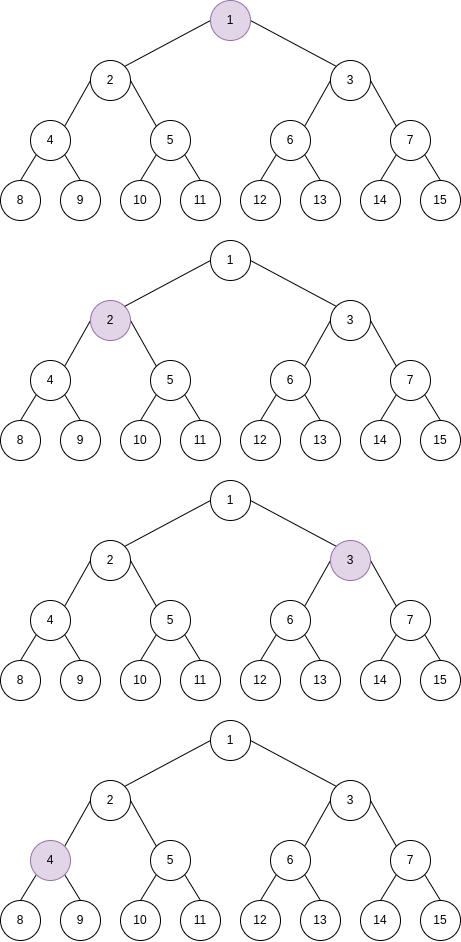
Daniel-March-Portfolio/.github keeps this draw.io diagram as drawio/breadth_first_search_flowchart.drawio.png. Above is the earlier version. Source tidied: cells renumbered, new cells last; positions are measured from the earlier drawing's top-left corner, leaving out a move shared by most shapes.
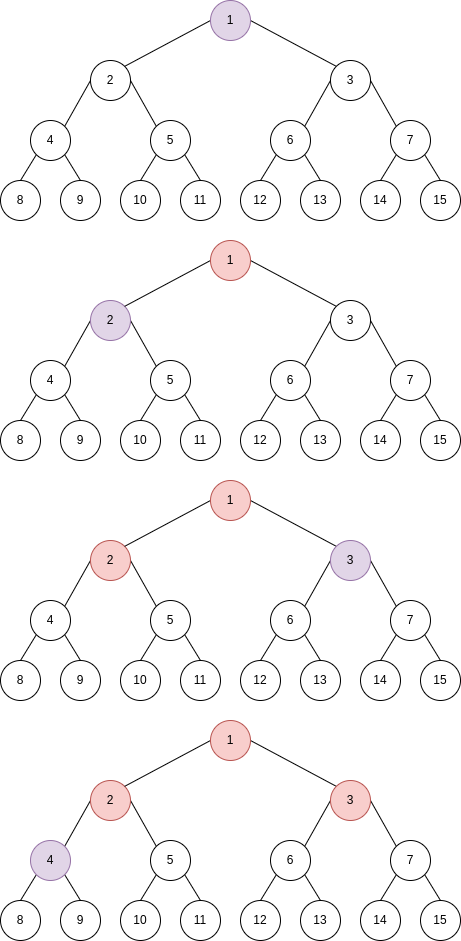
The same file after the commit.

Change to the diagram source:
```diff
@@ -134,7 +134,7 @@
     <mxCell id="45" style="rounded=0;jettySize=auto;html=1;exitX=1;exitY=0.5;exitDx=0;exitDy=0;entryX=0;entryY=0;entryDx=0;entryDy=0;endArrow=none;endFill=0;" parent="1" edge="1" source="46" target="49">
       <mxGeometry relative="1" as="geometry" />
     </mxCell>
-    <mxCell id="46" value="1" style="ellipse;whiteSpace=wrap;html=1;" parent="1" vertex="1">
+    <mxCell id="46" value="1" style="ellipse;whiteSpace=wrap;html=1;fillColor=#f8cecc;strokeColor=#b85450;" parent="1" vertex="1">
       <mxGeometry x="210" y="240" width="40" height="40" as="geometry" />
     </mxCell>
     <mxCell id="47" style="rounded=0;jettySize=auto;html=1;exitX=0;exitY=0.5;exitDx=0;exitDy=0;entryX=1;entryY=0;entryDx=0;entryDy=0;endArrow=none;endFill=0;" parent="1" edge="1" source="49" target="52">
@@ -182,7 +182,7 @@
     <mxCell id="61" style="rounded=0;jettySize=auto;html=1;exitX=1;exitY=0.5;exitDx=0;exitDy=0;entryX=0;entryY=0;entryDx=0;entryDy=0;endArrow=none;endFill=0;" parent="1" edge="1" source="62" target="70">
       <mxGeometry relative="1" as="geometry" />
     </mxCell>
-    <mxCell id="62" value="2" style="ellipse;whiteSpace=wrap;html=1;" parent="1" vertex="1">
+    <mxCell id="62" value="2" style="ellipse;whiteSpace=wrap;html=1;fillColor=#f8cecc;strokeColor=#b85450;" parent="1" vertex="1">
       <mxGeometry x="90" y="540" width="40" height="40" as="geometry" />
     </mxCell>
     <mxCell id="63" style="rounded=0;jettySize=auto;html=1;exitX=1;exitY=1;exitDx=0;exitDy=0;entryX=0.5;entryY=0;entryDx=0;entryDy=0;endArrow=none;endFill=0;" parent="1" edge="1" source="65" target="67">
@@ -221,7 +221,7 @@
     <mxCell id="74" style="rounded=0;jettySize=auto;html=1;exitX=1;exitY=0.5;exitDx=0;exitDy=0;entryX=0;entryY=0;entryDx=0;entryDy=0;endArrow=none;endFill=0;" parent="1" edge="1" source="75" target="78">
       <mxGeometry relative="1" as="geometry" />
     </mxCell>
-    <mxCell id="75" value="1" style="ellipse;whiteSpace=wrap;html=1;" parent="1" vertex="1">
+    <mxCell id="75" value="1" style="ellipse;whiteSpace=wrap;html=1;fillColor=#f8cecc;strokeColor=#b85450;" parent="1" vertex="1">
       <mxGeometry x="210" y="480" width="40" height="40" as="geometry" />
     </mxCell>
     <mxCell id="76" style="rounded=0;jettySize=auto;html=1;exitX=0;exitY=0.5;exitDx=0;exitDy=0;entryX=1;entryY=0;entryDx=0;entryDy=0;endArrow=none;endFill=0;" parent="1" edge="1" source="78" target="81">
@@ -269,7 +269,7 @@
     <mxCell id="90" style="rounded=0;jettySize=auto;html=1;exitX=1;exitY=0.5;exitDx=0;exitDy=0;entryX=0;entryY=0;entryDx=0;entryDy=0;endArrow=none;endFill=0;" parent="1" edge="1" source="91" target="99">
       <mxGeometry relative="1" as="geometry" />
     </mxCell>
-    <mxCell id="91" value="2" style="ellipse;whiteSpace=wrap;html=1;" parent="1" vertex="1">
+    <mxCell id="91" value="2" style="ellipse;whiteSpace=wrap;html=1;fillColor=#f8cecc;strokeColor=#b85450;" parent="1" vertex="1">
       <mxGeometry x="90" y="780" width="40" height="40" as="geometry" />
     </mxCell>
     <mxCell id="92" style="rounded=0;jettySize=auto;html=1;exitX=1;exitY=1;exitDx=0;exitDy=0;entryX=0.5;entryY=0;entryDx=0;entryDy=0;endArrow=none;endFill=0;" parent="1" edge="1" source="94" target="96">
@@ -308,7 +308,7 @@
     <mxCell id="103" style="rounded=0;jettySize=auto;html=1;exitX=1;exitY=0.5;exitDx=0;exitDy=0;entryX=0;entryY=0;entryDx=0;entryDy=0;endArrow=none;endFill=0;" parent="1" edge="1" source="104" target="107">
       <mxGeometry relative="1" as="geometry" />
     </mxCell>
-    <mxCell id="104" value="1" style="ellipse;whiteSpace=wrap;html=1;" parent="1" vertex="1">
+    <mxCell id="104" value="1" style="ellipse;whiteSpace=wrap;html=1;fillColor=#f8cecc;strokeColor=#b85450;" parent="1" vertex="1">
       <mxGeometry x="210" y="720" width="40" height="40" as="geometry" />
     </mxCell>
     <mxCell id="105" style="rounded=0;jettySize=auto;html=1;exitX=0;exitY=0.5;exitDx=0;exitDy=0;entryX=1;entryY=0;entryDx=0;entryDy=0;endArrow=none;endFill=0;" parent="1" edge="1" source="107" target="110">
@@ -317,7 +317,7 @@
     <mxCell id="106" style="rounded=0;jettySize=auto;html=1;exitX=1;exitY=0.5;exitDx=0;exitDy=0;entryX=0;entryY=0;entryDx=0;entryDy=0;endArrow=none;endFill=0;" parent="1" edge="1" source="107" target="115">
       <mxGeometry relative="1" as="geometry" />
     </mxCell>
-    <mxCell id="107" value="3" style="ellipse;whiteSpace=wrap;html=1;" parent="1" vertex="1">
+    <mxCell id="107" value="3" style="ellipse;whiteSpace=wrap;html=1;fillColor=#f8cecc;strokeColor=#b85450;" parent="1" vertex="1">
       <mxGeometry x="330" y="780" width="40" height="40" as="geometry" />
     </mxCell>
     <mxCell id="108" style="rounded=0;jettySize=auto;html=1;exitX=1;exitY=1;exitDx=0;exitDy=0;entryX=0.5;entryY=0;entryDx=0;entryDy=0;endArrow=none;endFill=0;" parent="1" edge="1" source="110" target="112">
```
